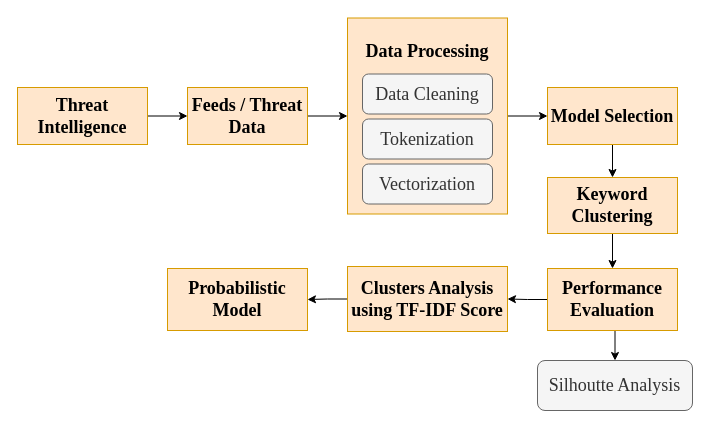
deepaknadig/draw.io keeps this draw.io diagram as url-clustering.drawio. Above is the earlier version. Source tidied: cells renumbered, new cells numbered last; positions are measured from the earlier drawing's top-left corner, leaving out a move shared by most shapes. Both pictures are drawn from the tidied source at 100%, with x=0, y=0 at pixel (17, 18).
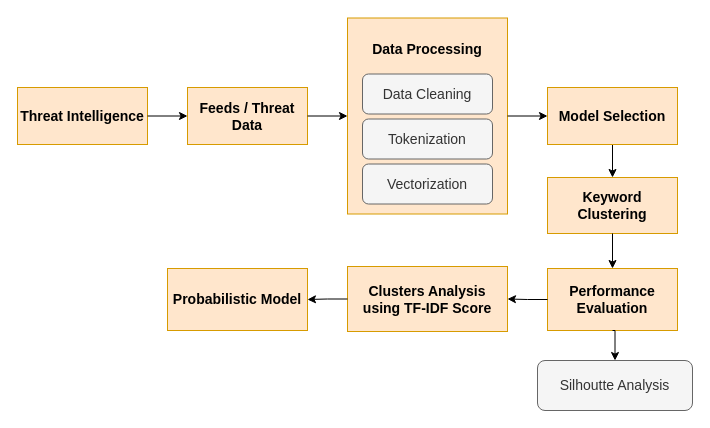
Above is the later version.

What changed in the source:
```diff
@@
+    <mxCell id="24" style="group;" parent="1" vertex="1">
+      <mxGeometry y="-0.5" width="675" height="392.5" as="geometry" />
+    </mxCell>
+    <mxCell id="3" value="&lt;b style=&quot;font-size: 14px;&quot;&gt;&lt;font style=&quot;font-size: 14px;&quot;&gt;Threat Intelligence&lt;br style=&quot;font-size: 14px;&quot;&gt;&lt;/font&gt;&lt;/b&gt;" style="rounded=0;whiteSpace=wrap;html=1;fillColor=#ffe6cc;strokeColor=#d79b00;fontFamily=Helvetica;fontSize=14;" parent="24" vertex="1">
+      <mxGeometry y="69.5" width="130" height="57" as="geometry" />
+    </mxCell>
+    <mxCell id="5" value="&lt;b style=&quot;font-size: 14px;&quot;&gt;&lt;font style=&quot;font-size: 14px;&quot;&gt;Feeds / Threat Data&lt;/font&gt;&lt;/b&gt;" style="rounded=0;whiteSpace=wrap;html=1;fillColor=#ffe6cc;strokeColor=#d79b00;fontFamily=Helvetica;fontSize=14;" parent="24" vertex="1">
+      <mxGeometry x="170" y="69.5" width="120" height="57" as="geometry" />
+    </mxCell>
-    <mxCell id="2" style="edgeStyle=orthogonalEdgeStyle;rounded=0;jettySize=auto;html=1;entryX=0;entryY=0.5;entryDx=0;entryDy=0;" parent="1" edge="1" source="3" target="5">
+    <mxCell id="2" style="edgeStyle=orthogonalEdgeStyle;rounded=0;jettySize=auto;html=1;entryX=0;entryY=0.5;entryDx=0;entryDy=0;" parent="24" edge="1" source="3" target="5">
       <mxGeometry relative="1" as="geometry" />
     </mxCell>
-    <mxCell id="3" value="&lt;b&gt;&lt;font style=&quot;font-size: 18px&quot; face=&quot;Times New Roman&quot;&gt;Threat Intelligence&lt;br&gt;&lt;/font&gt;&lt;/b&gt;" style="rounded=0;whiteSpace=wrap;html=1;fillColor=#ffe6cc;strokeColor=#d79b00;" parent="1" vertex="1">
-      <mxGeometry y="69" width="130" height="57" as="geometry" />
-    </mxCell>
-    <mxCell id="4" style="edgeStyle=orthogonalEdgeStyle;rounded=0;jettySize=auto;html=1;exitX=1;exitY=0.5;exitDx=0;exitDy=0;entryX=0;entryY=0.5;entryDx=0;entryDy=0;" parent="1" edge="1" source="5" target="20">
-      <mxGeometry relative="1" as="geometry" />
-    </mxCell>
-    <mxCell id="5" value="&lt;b&gt;&lt;font style=&quot;font-size: 18px&quot; face=&quot;Times New Roman&quot;&gt;Feeds / Threat Data&lt;/font&gt;&lt;/b&gt;" style="rounded=0;whiteSpace=wrap;html=1;fillColor=#ffe6cc;strokeColor=#d79b00;" parent="1" vertex="1">
-      <mxGeometry x="170" y="69" width="120" height="57" as="geometry" />
-    </mxCell>
-    <mxCell id="6" style="edgeStyle=orthogonalEdgeStyle;rounded=0;jettySize=auto;html=1;exitX=1;exitY=0.5;exitDx=0;exitDy=0;entryX=0;entryY=0.5;entryDx=0;entryDy=0;" parent="1" edge="1" source="20" target="17">
-      <mxGeometry relative="1" as="geometry" />
-    </mxCell>
+    <mxCell id="8" value="&lt;font style=&quot;font-size: 14px;&quot;&gt;Keyword Clustering&lt;/font&gt;" style="rounded=0;whiteSpace=wrap;html=1;fillColor=#ffe6cc;strokeColor=#d79b00;fontStyle=1;fontFamily=Helvetica;fontSize=14;" parent="24" vertex="1">
+      <mxGeometry x="530" y="159.5" width="130" height="56" as="geometry" />
+    </mxCell>
+    <mxCell id="11" value="&lt;font style=&quot;font-size: 14px;&quot;&gt;Performance Evaluation&lt;/font&gt;" style="rounded=0;whiteSpace=wrap;html=1;fillColor=#ffe6cc;strokeColor=#d79b00;fontStyle=1;fontFamily=Helvetica;fontSize=14;" parent="24" vertex="1">
+      <mxGeometry x="530" y="250.5" width="130" height="62" as="geometry" />
+    </mxCell>
-    <mxCell id="7" style="edgeStyle=orthogonalEdgeStyle;rounded=0;jettySize=auto;html=1;entryX=0.5;entryY=0;entryDx=0;entryDy=0;" parent="1" edge="1" source="8" target="11">
+    <mxCell id="7" style="edgeStyle=orthogonalEdgeStyle;rounded=0;jettySize=auto;html=1;entryX=0.5;entryY=0;entryDx=0;entryDy=0;" parent="24" edge="1" source="8" target="11">
       <mxGeometry relative="1" as="geometry" />
     </mxCell>
-    <mxCell id="8" value="&lt;font style=&quot;font-size: 18px&quot; face=&quot;Times New Roman&quot;&gt;Keyword Clustering&lt;/font&gt;" style="rounded=0;whiteSpace=wrap;html=1;fillColor=#ffe6cc;strokeColor=#d79b00;fontStyle=1;" parent="1" vertex="1">
-      <mxGeometry x="530" y="159" width="130" height="56" as="geometry" />
-    </mxCell>
+    <mxCell id="12" value="&lt;font style=&quot;font-size: 14px;&quot;&gt;Silhoutte Analysis&lt;/font&gt;" style="rounded=1;whiteSpace=wrap;html=1;fillColor=#f5f5f5;strokeColor=#666666;fontColor=#333333;fontFamily=Helvetica;fontSize=14;" parent="24" vertex="1">
+      <mxGeometry x="520" y="342.5" width="155" height="50" as="geometry" />
+    </mxCell>
-    <mxCell id="9" style="edgeStyle=orthogonalEdgeStyle;rounded=0;jettySize=auto;html=1;exitX=0.5;exitY=1;exitDx=0;exitDy=0;entryX=0.5;entryY=0;entryDx=0;entryDy=0;" parent="1" edge="1" source="11" target="12">
+    <mxCell id="9" style="edgeStyle=orthogonalEdgeStyle;rounded=0;jettySize=auto;html=1;exitX=0.5;exitY=1;exitDx=0;exitDy=0;entryX=0.5;entryY=0;entryDx=0;entryDy=0;" parent="24" edge="1" source="11" target="12">
       <mxGeometry relative="1" as="geometry" />
     </mxCell>
+    <mxCell id="14" value="&lt;font style=&quot;font-size: 14px;&quot;&gt;Clusters Analysis using TF-IDF Score&lt;/font&gt;" style="rounded=0;whiteSpace=wrap;html=1;fillColor=#ffe6cc;strokeColor=#d79b00;fontStyle=1;fontFamily=Helvetica;fontSize=14;" parent="24" vertex="1">
+      <mxGeometry x="330" y="248.5" width="160" height="65" as="geometry" />
+    </mxCell>
-    <mxCell id="10" style="edgeStyle=orthogonalEdgeStyle;rounded=0;jettySize=auto;html=1;fontFamily=Helvetica;" parent="1" edge="1" source="11" target="14">
+    <mxCell id="10" style="edgeStyle=orthogonalEdgeStyle;rounded=0;jettySize=auto;html=1;fontFamily=Helvetica;" parent="24" edge="1" source="11" target="14">
       <mxGeometry relative="1" as="geometry" />
     </mxCell>
-    <mxCell id="11" value="&lt;font style=&quot;font-size: 18px&quot; face=&quot;Times New Roman&quot;&gt;Performance Evaluation&lt;/font&gt;" style="rounded=0;whiteSpace=wrap;html=1;fillColor=#ffe6cc;strokeColor=#d79b00;fontStyle=1;" parent="1" vertex="1">
-      <mxGeometry x="530" y="250" width="130" height="62" as="geometry" />
-    </mxCell>
-    <mxCell id="12" value="&lt;font style=&quot;font-size: 18px&quot; face=&quot;Times New Roman&quot;&gt;Silhoutte Analysis&lt;/font&gt;" style="rounded=1;whiteSpace=wrap;html=1;fillColor=#f5f5f5;strokeColor=#666666;fontColor=#333333;" parent="1" vertex="1">
-      <mxGeometry x="520" y="342" width="155" height="50" as="geometry" />
-    </mxCell>
+    <mxCell id="15" value="&lt;font style=&quot;font-size: 14px;&quot;&gt;Probabilistic Model&lt;/font&gt;" style="rounded=0;whiteSpace=wrap;html=1;fillColor=#ffe6cc;strokeColor=#d79b00;fontStyle=1;fontFamily=Helvetica;fontSize=14;" parent="24" vertex="1">
+      <mxGeometry x="150" y="250.5" width="140" height="62" as="geometry" />
+    </mxCell>
-    <mxCell id="13" style="edgeStyle=orthogonalEdgeStyle;rounded=0;jettySize=auto;html=1;exitX=0;exitY=0.5;exitDx=0;exitDy=0;entryX=1;entryY=0.5;entryDx=0;entryDy=0;fontFamily=Helvetica;" parent="1" edge="1" source="14" target="15">
+    <mxCell id="13" style="edgeStyle=orthogonalEdgeStyle;rounded=0;jettySize=auto;html=1;exitX=0;exitY=0.5;exitDx=0;exitDy=0;entryX=1;entryY=0.5;entryDx=0;entryDy=0;fontFamily=Helvetica;" parent="24" edge="1" source="14" target="15">
       <mxGeometry relative="1" as="geometry" />
     </mxCell>
-    <mxCell id="14" value="&lt;font style=&quot;font-size: 18px&quot; face=&quot;Times New Roman&quot;&gt;Clusters Analysis using TF-IDF Score&lt;/font&gt;" style="rounded=0;whiteSpace=wrap;html=1;fillColor=#ffe6cc;strokeColor=#d79b00;fontStyle=1;" parent="1" vertex="1">
-      <mxGeometry x="330" y="248" width="160" height="65" as="geometry" />
-    </mxCell>
-    <mxCell id="15" value="&lt;font style=&quot;font-size: 18px&quot; face=&quot;Times New Roman&quot;&gt;Probabilistic Model&lt;/font&gt;" style="rounded=0;whiteSpace=wrap;html=1;fillColor=#ffe6cc;strokeColor=#d79b00;fontStyle=1;" parent="1" vertex="1">
-      <mxGeometry x="150" y="250" width="140" height="62" as="geometry" />
-    </mxCell>
-    <mxCell id="16" style="edgeStyle=orthogonalEdgeStyle;rounded=0;jettySize=auto;html=1;exitX=0.5;exitY=1;exitDx=0;exitDy=0;" parent="1" edge="1" source="17" target="8">
+    <mxCell id="16" style="edgeStyle=orthogonalEdgeStyle;rounded=0;jettySize=auto;html=1;exitX=0.5;exitY=1;exitDx=0;exitDy=0;" parent="24" edge="1" source="17" target="8">
       <mxGeometry relative="1" as="geometry" />
     </mxCell>
-    <mxCell id="17" value="&lt;b&gt;&lt;font style=&quot;font-size: 18px&quot; face=&quot;Times New Roman&quot;&gt;Model Selection&lt;/font&gt;&lt;/b&gt;" style="rounded=0;whiteSpace=wrap;html=1;fillColor=#ffe6cc;strokeColor=#d79b00;" parent="1" vertex="1">
-      <mxGeometry x="530" y="69" width="130" height="57" as="geometry" />
+    <mxCell id="17" value="&lt;b style=&quot;font-size: 14px;&quot;&gt;&lt;font style=&quot;font-size: 14px;&quot;&gt;Model Selection&lt;/font&gt;&lt;/b&gt;" style="rounded=0;whiteSpace=wrap;html=1;fillColor=#ffe6cc;strokeColor=#d79b00;fontFamily=Helvetica;fontSize=14;" parent="24" vertex="1">
+      <mxGeometry x="530" y="69.5" width="130" height="57" as="geometry" />
     </mxCell>
-    <mxCell id="18" style="edgeStyle=orthogonalEdgeStyle;rounded=0;orthogonalLoop=1;jettySize=auto;html=1;exitX=0.5;exitY=1;exitDx=0;exitDy=0;" parent="1" edge="1" source="17" target="17">
+    <mxCell id="18" style="edgeStyle=orthogonalEdgeStyle;rounded=0;orthogonalLoop=1;jettySize=auto;html=1;exitX=0.5;exitY=1;exitDx=0;exitDy=0;" parent="24" edge="1" source="17" target="17">
       <mxGeometry relative="1" as="geometry" />
     </mxCell>
-    <mxCell id="19" style="group;" parent="1" vertex="1">
-      <mxGeometry x="330" y="-0.5" width="160" height="196" as="geometry" />
+    <mxCell id="19" style="group;fontFamily=Helvetica;fontSize=14;" parent="24" vertex="1">
+      <mxGeometry x="330" width="160" height="196" as="geometry" />
     </mxCell>
-    <mxCell id="20" value="&lt;div&gt;&lt;b&gt;&lt;font style=&quot;font-size: 18px&quot; face=&quot;Times New Roman&quot;&gt;Data Processing&lt;br&gt;&lt;/font&gt;&lt;/b&gt;&lt;/div&gt;&lt;div&gt;&lt;b&gt;&lt;br&gt;&lt;/b&gt;&lt;/div&gt;&lt;div&gt;&lt;b&gt;&lt;br&gt;&lt;/b&gt;&lt;/div&gt;&lt;div&gt;&lt;b&gt;&lt;br&gt;&lt;/b&gt;&lt;/div&gt;&lt;div&gt;&lt;b&gt;&lt;br&gt;&lt;/b&gt;&lt;/div&gt;&lt;div&gt;&lt;b&gt;&lt;br&gt;&lt;/b&gt;&lt;/div&gt;&lt;div&gt;&lt;b&gt;&lt;br&gt;&lt;/b&gt;&lt;/div&gt;&lt;div&gt;&lt;b&gt;&lt;br&gt;&lt;/b&gt;&lt;/div&gt;&lt;div&gt;&lt;b&gt;&lt;br&gt;&lt;/b&gt;&lt;/div&gt;&lt;div&gt;&lt;b&gt;&lt;br&gt;&lt;/b&gt;&lt;/div&gt;" style="rounded=0;whiteSpace=wrap;html=1;fillColor=#ffe6cc;strokeColor=#d79b00;" parent="19" vertex="1">
+    <mxCell id="20" value="&lt;div style=&quot;font-size: 14px&quot;&gt;&lt;b style=&quot;font-size: 14px&quot;&gt;&lt;font style=&quot;font-size: 14px&quot;&gt;Data Processing&lt;br style=&quot;font-size: 14px&quot;&gt;&lt;/font&gt;&lt;/b&gt;&lt;/div&gt;&lt;div style=&quot;font-size: 14px&quot;&gt;&lt;b style=&quot;font-size: 14px&quot;&gt;&lt;br style=&quot;font-size: 14px&quot;&gt;&lt;/b&gt;&lt;/div&gt;&lt;div style=&quot;font-size: 14px&quot;&gt;&lt;b style=&quot;font-size: 14px&quot;&gt;&lt;br style=&quot;font-size: 14px&quot;&gt;&lt;/b&gt;&lt;/div&gt;&lt;div style=&quot;font-size: 14px&quot;&gt;&lt;b style=&quot;font-size: 14px&quot;&gt;&lt;br style=&quot;font-size: 14px&quot;&gt;&lt;/b&gt;&lt;/div&gt;&lt;div style=&quot;font-size: 14px&quot;&gt;&lt;b style=&quot;font-size: 14px&quot;&gt;&lt;br style=&quot;font-size: 14px&quot;&gt;&lt;/b&gt;&lt;/div&gt;&lt;div style=&quot;font-size: 14px&quot;&gt;&lt;b style=&quot;font-size: 14px&quot;&gt;&lt;br style=&quot;font-size: 14px&quot;&gt;&lt;/b&gt;&lt;/div&gt;&lt;div style=&quot;font-size: 14px&quot;&gt;&lt;b style=&quot;font-size: 14px&quot;&gt;&lt;br style=&quot;font-size: 14px&quot;&gt;&lt;/b&gt;&lt;/div&gt;&lt;div style=&quot;font-size: 14px&quot;&gt;&lt;b style=&quot;font-size: 14px&quot;&gt;&lt;br style=&quot;font-size: 14px&quot;&gt;&lt;/b&gt;&lt;/div&gt;&lt;div style=&quot;font-size: 14px&quot;&gt;&lt;b style=&quot;font-size: 14px&quot;&gt;&lt;br style=&quot;font-size: 14px&quot;&gt;&lt;/b&gt;&lt;/div&gt;" style="rounded=0;whiteSpace=wrap;html=1;fillColor=#ffe6cc;strokeColor=#d79b00;fontFamily=Helvetica;fontSize=14;" parent="19" vertex="1">
       <mxGeometry width="160" height="196" as="geometry" />
     </mxCell>
-    <mxCell id="21" value="&lt;font style=&quot;font-size: 18px&quot; face=&quot;Times New Roman&quot;&gt;Data Cleaning&lt;/font&gt;" style="rounded=1;whiteSpace=wrap;html=1;fillColor=#f5f5f5;strokeColor=#666666;fontColor=#333333;" parent="19" vertex="1">
+    <mxCell id="21" value="&lt;font style=&quot;font-size: 14px;&quot;&gt;Data Cleaning&lt;/font&gt;" style="rounded=1;whiteSpace=wrap;html=1;fillColor=#f5f5f5;strokeColor=#666666;fontColor=#333333;fontFamily=Helvetica;fontSize=14;" parent="19" vertex="1">
       <mxGeometry x="15" y="56" width="130" height="40" as="geometry" />
     </mxCell>
-    <mxCell id="22" value="&lt;font style=&quot;font-size: 18px&quot; face=&quot;Times New Roman&quot;&gt;Vectorization&lt;/font&gt;" style="rounded=1;whiteSpace=wrap;html=1;fillColor=#f5f5f5;strokeColor=#666666;fontColor=#333333;" parent="19" vertex="1">
+    <mxCell id="22" value="&lt;font style=&quot;font-size: 14px;&quot;&gt;Vectorization&lt;/font&gt;" style="rounded=1;whiteSpace=wrap;html=1;fillColor=#f5f5f5;strokeColor=#666666;fontColor=#333333;fontFamily=Helvetica;fontSize=14;" parent="19" vertex="1">
       <mxGeometry x="15" y="146" width="130" height="40" as="geometry" />
     </mxCell>
-    <mxCell id="23" value="&lt;font style=&quot;font-size: 18px&quot; face=&quot;Times New Roman&quot;&gt;Tokenization&lt;/font&gt;" style="rounded=1;whiteSpace=wrap;html=1;fillColor=#f5f5f5;strokeColor=#666666;fontColor=#333333;" parent="19" vertex="1">
+    <mxCell id="23" value="&lt;font style=&quot;font-size: 14px;&quot;&gt;Tokenization&lt;/font&gt;" style="rounded=1;whiteSpace=wrap;html=1;fillColor=#f5f5f5;strokeColor=#666666;fontColor=#333333;fontFamily=Helvetica;fontSize=14;" parent="19" vertex="1">
       <mxGeometry x="15" y="101" width="130" height="40" as="geometry" />
     </mxCell>
+    <mxCell id="4" style="edgeStyle=orthogonalEdgeStyle;rounded=0;jettySize=auto;html=1;exitX=1;exitY=0.5;exitDx=0;exitDy=0;entryX=0;entryY=0.5;entryDx=0;entryDy=0;" parent="24" edge="1" source="5" target="20">
+      <mxGeometry relative="1" as="geometry" />
+    </mxCell>
+    <mxCell id="6" style="edgeStyle=orthogonalEdgeStyle;rounded=0;jettySize=auto;html=1;exitX=1;exitY=0.5;exitDx=0;exitDy=0;entryX=0;entryY=0.5;entryDx=0;entryDy=0;" parent="24" edge="1" source="20" target="17">
+      <mxGeometry relative="1" as="geometry" />
+    </mxCell>
```
